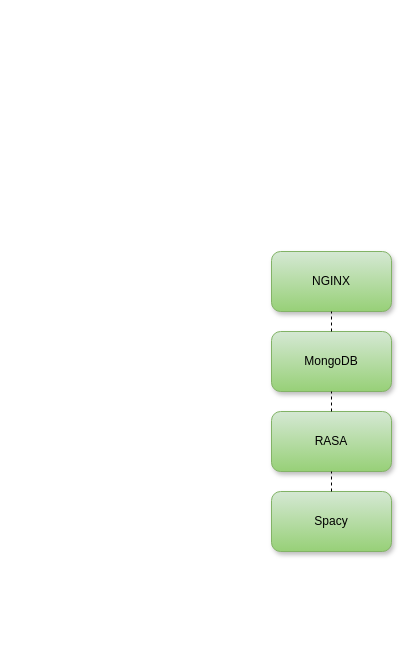
This is TechStack.drawio from Sandr-o/bachelor_thesis_diagrams, a draw.io file, before an edit. Source tidied: cells renumbered, new cells numbered last; positions are measured from the earlier drawing's top-left corner, leaving out a move shared by most shapes. Both pictures are drawn from the tidied source at 100%, with x=0, y=0 at pixel (271, 251).
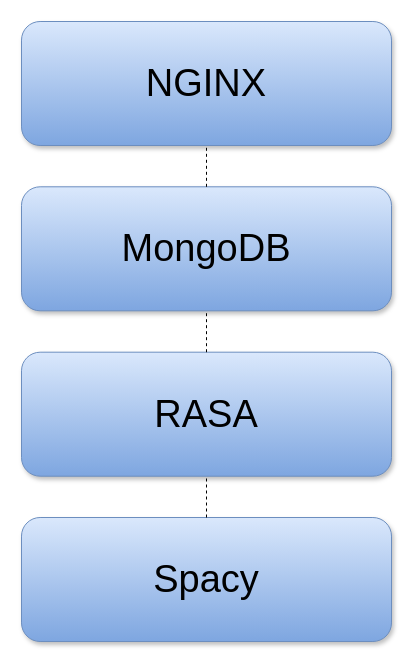
Above is the later version.

Change to the diagram source:
```diff
@@
 <mxGraphModel>
   <root>
     <mxCell id="0" />
     <mxCell id="1" parent="0" />
+    <mxCell id="9" style="group;fontSize=38;" parent="1" vertex="1">
+      <mxGeometry x="-250" y="-230" width="370" height="620" as="geometry" />
+    </mxCell>
-    <mxCell id="2" value="NGINX" style="rounded=1;whiteSpace=wrap;html=1;fillColor=#d5e8d4;strokeColor=#82b366;glass=0;shadow=1;gradientColor=#97d077;fixDash=0;snapToPoint=0;portConstraintRotation=0;" parent="1" vertex="1">
-      <mxGeometry width="120" height="60" as="geometry" />
+    <mxCell id="2" value="NGINX" style="rounded=1;whiteSpace=wrap;html=1;fillColor=#dae8fc;strokeColor=#6c8ebf;glass=0;shadow=1;gradientColor=#7ea6e0;fixDash=0;snapToPoint=0;portConstraintRotation=0;fontSize=38;" parent="9" vertex="1">
+      <mxGeometry width="370" height="124" as="geometry" />
     </mxCell>
-    <mxCell id="3" value="&lt;div&gt;RASA&lt;/div&gt;" style="rounded=1;whiteSpace=wrap;html=1;fillColor=#d5e8d4;strokeColor=#82b366;glass=0;shadow=1;gradientColor=#97d077;fixDash=0;snapToPoint=0;portConstraintRotation=0;" parent="1" vertex="1">
-      <mxGeometry y="160" width="120" height="60" as="geometry" />
+    <mxCell id="3" value="&lt;div style=&quot;font-size: 38px;&quot;&gt;RASA&lt;/div&gt;" style="rounded=1;whiteSpace=wrap;html=1;fillColor=#dae8fc;strokeColor=#6c8ebf;glass=0;shadow=1;gradientColor=#7ea6e0;fixDash=0;snapToPoint=0;portConstraintRotation=0;fontSize=38;" parent="9" vertex="1">
+      <mxGeometry y="330.7" width="370" height="124" as="geometry" />
     </mxCell>
-    <mxCell id="4" value="MongoDB" style="rounded=1;whiteSpace=wrap;html=1;fillColor=#d5e8d4;strokeColor=#82b366;glass=0;shadow=1;gradientColor=#97d077;fixDash=0;snapToPoint=0;portConstraintRotation=0;" parent="1" vertex="1">
-      <mxGeometry y="80" width="120" height="60" as="geometry" />
+    <mxCell id="4" value="MongoDB" style="rounded=1;whiteSpace=wrap;html=1;fillColor=#dae8fc;strokeColor=#6c8ebf;glass=0;shadow=1;gradientColor=#7ea6e0;fixDash=0;snapToPoint=0;portConstraintRotation=0;fontSize=38;" parent="9" vertex="1">
+      <mxGeometry y="165.3" width="370" height="124" as="geometry" />
     </mxCell>
-    <mxCell id="5" value="Spacy" style="rounded=1;whiteSpace=wrap;html=1;fillColor=#d5e8d4;strokeColor=#82b366;glass=0;shadow=1;gradientColor=#97d077;fixDash=0;snapToPoint=0;portConstraintRotation=0;" parent="1" vertex="1">
-      <mxGeometry y="240" width="120" height="60" as="geometry" />
+    <mxCell id="5" value="Spacy" style="rounded=1;whiteSpace=wrap;html=1;fillColor=#dae8fc;strokeColor=#6c8ebf;glass=0;shadow=1;gradientColor=#7ea6e0;fixDash=0;snapToPoint=0;portConstraintRotation=0;fontSize=38;" parent="9" vertex="1">
+      <mxGeometry y="496" width="370" height="124" as="geometry" />
     </mxCell>
-    <mxCell id="6" style="endArrow=none;dashed=1;html=1;rounded=0;entryX=0.5;entryY=1;entryDx=0;entryDy=0;exitX=0.5;exitY=0;exitDx=0;exitDy=0;" parent="1" edge="1" source="4" target="2">
+    <mxCell id="6" style="endArrow=none;dashed=1;html=1;rounded=0;entryX=0.5;entryY=1;entryDx=0;entryDy=0;exitX=0.5;exitY=0;exitDx=0;exitDy=0;fontSize=38;" parent="9" edge="1" source="4" target="2">
       <mxGeometry relative="1" as="geometry" />
     </mxCell>
-    <mxCell id="7" style="endArrow=none;dashed=1;html=1;rounded=0;entryX=0.5;entryY=1;entryDx=0;entryDy=0;exitX=0.5;exitY=0;exitDx=0;exitDy=0;" parent="1" edge="1" source="3" target="4">
+    <mxCell id="7" style="endArrow=none;dashed=1;html=1;rounded=0;entryX=0.5;entryY=1;entryDx=0;entryDy=0;exitX=0.5;exitY=0;exitDx=0;exitDy=0;fontSize=38;" parent="9" edge="1" source="3" target="4">
       <mxGeometry relative="1" as="geometry" />
     </mxCell>
-    <mxCell id="8" style="endArrow=none;dashed=1;html=1;rounded=0;entryX=0.5;entryY=1;entryDx=0;entryDy=0;" parent="1" edge="1" source="5" target="3">
+    <mxCell id="8" style="endArrow=none;dashed=1;html=1;rounded=0;entryX=0.5;entryY=1;entryDx=0;entryDy=0;fontSize=38;" parent="9" edge="1" source="5" target="3">
       <mxGeometry relative="1" as="geometry" />
     </mxCell>
   </root>
 </mxGraphModel>
```
